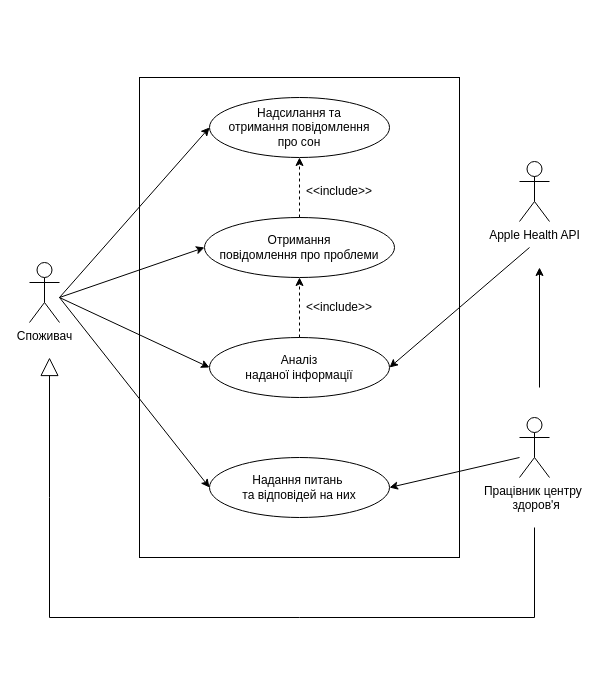
oleksandrblazhko/ai-215-lisishin keeps this draw.io diagram as 1-SofwareRequirements/1.3-SoftwareUserRequirements/1.3.3-UseCaseDiagram/UseCaseDiagram.drawio. Above is the earlier version. Source tidied: cells renumbered, new cells numbered last; positions are measured from the earlier drawing's top-left corner, leaving out a move shared by most shapes. Both pictures are drawn from the tidied source at 100%, with x=0, y=0 at pixel (29, 77).
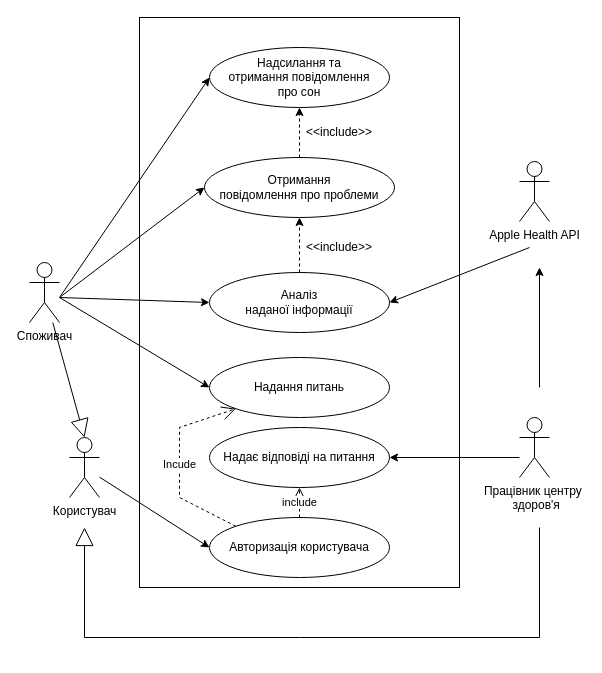
The same page after the edit.

The change refers to these unchanged cells:
```xml
<mxCell id="7" value="Споживач" style="shape=umlActor;verticalLabelPosition=bottom;verticalAlign=top;html=1;outlineConnect=0;" parent="1" vertex="1">
  <mxGeometry y="185" width="30" height="60" as="geometry" />
</mxCell>
```

The edit, as a diff of the source:
```diff
@@
     <mxCell id="2" style="rounded=0;whiteSpace=wrap;html=1;fillColor=none;" parent="1" vertex="1">
-      <mxGeometry x="110" width="320" height="480" as="geometry" />
+      <mxGeometry x="110" y="-60" width="320" height="570" as="geometry" />
     </mxCell>
     <mxCell id="3" value="Надсилання та&lt;br&gt;отримання повідомлення&lt;br&gt;про сон " style="ellipse;whiteSpace=wrap;html=1;" parent="1" vertex="1">
-      <mxGeometry x="180" y="20" width="180" height="60" as="geometry" />
+      <mxGeometry x="180" y="-30" width="180" height="60" as="geometry" />
     </mxCell>
     <mxCell id="4" value="Аналіз&lt;br&gt;наданої інформації" style="ellipse;whiteSpace=wrap;html=1;" parent="1" vertex="1">
-      <mxGeometry x="180" y="260" width="180" height="60" as="geometry" />
+      <mxGeometry x="180" y="195" width="180" height="60" as="geometry" />
     </mxCell>
     <mxCell id="5" value="Отримання&lt;br&gt;повідомлення про проблеми" style="ellipse;whiteSpace=wrap;html=1;" parent="1" vertex="1">
-      <mxGeometry x="175" y="140" width="190" height="60" as="geometry" />
+      <mxGeometry x="175" y="80" width="190" height="60" as="geometry" />
     </mxCell>
-    <mxCell id="6" value="&lt;div&gt;Надання питань&amp;nbsp;&lt;/div&gt;&lt;div&gt;та відповідей на них&lt;/div&gt;" style="ellipse;whiteSpace=wrap;html=1;" parent="1" vertex="1">
-      <mxGeometry x="180" y="380" width="180" height="60" as="geometry" />
+    <mxCell id="6" value="&lt;div&gt;Надання питань &lt;br&gt;&lt;/div&gt;" style="ellipse;whiteSpace=wrap;html=1;" parent="1" vertex="1">
+      <mxGeometry x="180" y="280" width="180" height="60" as="geometry" />
     </mxCell>
@@
     <mxCell id="13" value="&amp;lt;&amp;lt;include&amp;gt;&amp;gt;" style="text;html=1;strokeColor=none;fillColor=none;align=center;verticalAlign=middle;whiteSpace=wrap;rounded=0;" parent="1" vertex="1">
-      <mxGeometry x="280" y="215" width="60" height="30" as="geometry" />
+      <mxGeometry x="280" y="155" width="60" height="30" as="geometry" />
     </mxCell>
@@
     <mxCell id="15" value="&amp;lt;&amp;lt;include&amp;gt;&amp;gt;" style="text;html=1;strokeColor=none;fillColor=none;align=center;verticalAlign=middle;whiteSpace=wrap;rounded=0;" parent="1" vertex="1">
-      <mxGeometry x="280" y="99" width="60" height="30" as="geometry" />
+      <mxGeometry x="280" y="40" width="60" height="30" as="geometry" />
     </mxCell>
@@
-    <mxCell id="20" style="endArrow=classic;html=1;rounded=0;entryX=1;entryY=0.5;entryDx=0;entryDy=0;" parent="1" edge="1" target="6">
+    <mxCell id="20" style="endArrow=classic;html=1;rounded=0;entryX=1;entryY=0.5;entryDx=0;entryDy=0;" parent="1" edge="1" target="23">
       <mxGeometry relative="1" as="geometry">
         <mxPoint x="490" y="380" as="sourcePoint" />
       </mxGeometry>
     </mxCell>
-    <mxCell id="21" style="endArrow=block;endSize=16;endFill=0;html=1;rounded=0;" parent="1" edge="1">
-      <mxGeometry x="-0.05" relative="1" as="geometry">
-        <mxPoint x="505" y="450" as="sourcePoint" />
-        <mxPoint x="20" y="280" as="targetPoint" />
-        <Array as="points">
-          <mxPoint x="505" y="540" />
-          <mxPoint x="270" y="540" />
-          <mxPoint x="20" y="540" />
-          <mxPoint x="20" y="420" />
-        </Array>
-      </mxGeometry>
-    </mxCell>
+    <mxCell id="22" value="Користувач" style="shape=umlActor;verticalLabelPosition=bottom;verticalAlign=top;html=1;outlineConnect=0;" parent="1" vertex="1">
+      <mxGeometry x="40" y="360" width="30" height="60" as="geometry" />
+    </mxCell>
+    <mxCell id="23" value="Надає відповіді на питання" style="ellipse;whiteSpace=wrap;html=1;" parent="1" vertex="1">
+      <mxGeometry x="180" y="350" width="180" height="60" as="geometry" />
+    </mxCell>
+    <mxCell id="24" value="Авторизація користувача" style="ellipse;whiteSpace=wrap;html=1;" parent="1" vertex="1">
+      <mxGeometry x="180" y="440" width="180" height="60" as="geometry" />
+    </mxCell>
+    <mxCell id="25" style="endArrow=classic;html=1;rounded=0;entryX=0;entryY=0.5;entryDx=0;entryDy=0;" parent="1" edge="1" source="22" target="24">
+      <mxGeometry relative="1" as="geometry" />
+    </mxCell>
+    <mxCell id="26" style="endArrow=block;endSize=16;endFill=0;html=1;rounded=0;entryX=0.5;entryY=0;entryDx=0;entryDy=0;entryPerimeter=0;" parent="1" edge="1" source="7" target="22">
+      <mxGeometry x="0.01" relative="1" as="geometry" />
+    </mxCell>
+    <mxCell id="27" style="endArrow=block;endSize=16;endFill=0;html=1;rounded=0;" parent="1" edge="1">
+      <mxGeometry x="0.01" relative="1" as="geometry">
+        <mxPoint x="510" y="450" as="sourcePoint" />
+        <mxPoint x="55" y="450" as="targetPoint" />
+        <Array as="points">
+          <mxPoint x="510" y="560" />
+          <mxPoint x="270" y="560" />
+          <mxPoint x="55" y="560" />
+        </Array>
+      </mxGeometry>
+    </mxCell>
+    <mxCell id="28" value="&lt;div&gt;include&lt;/div&gt;" style="endArrow=open;endSize=12;dashed=1;html=1;rounded=0;entryX=0.5;entryY=1;entryDx=0;entryDy=0;exitX=0.5;exitY=0;exitDx=0;exitDy=0;" parent="1" edge="1" source="24" target="23">
+      <mxGeometry relative="1" as="geometry" />
+    </mxCell>
+    <mxCell id="29" value="Incude" style="endArrow=open;endSize=12;dashed=1;html=1;rounded=0;exitX=0;exitY=0;exitDx=0;exitDy=0;entryX=0;entryY=1;entryDx=0;entryDy=0;" parent="1" edge="1" source="24" target="6">
+      <mxGeometry relative="1" as="geometry">
+        <Array as="points">
+          <mxPoint x="150" y="420" />
+          <mxPoint x="150" y="390" />
+          <mxPoint x="150" y="350" />
+        </Array>
+      </mxGeometry>
+    </mxCell>
```
